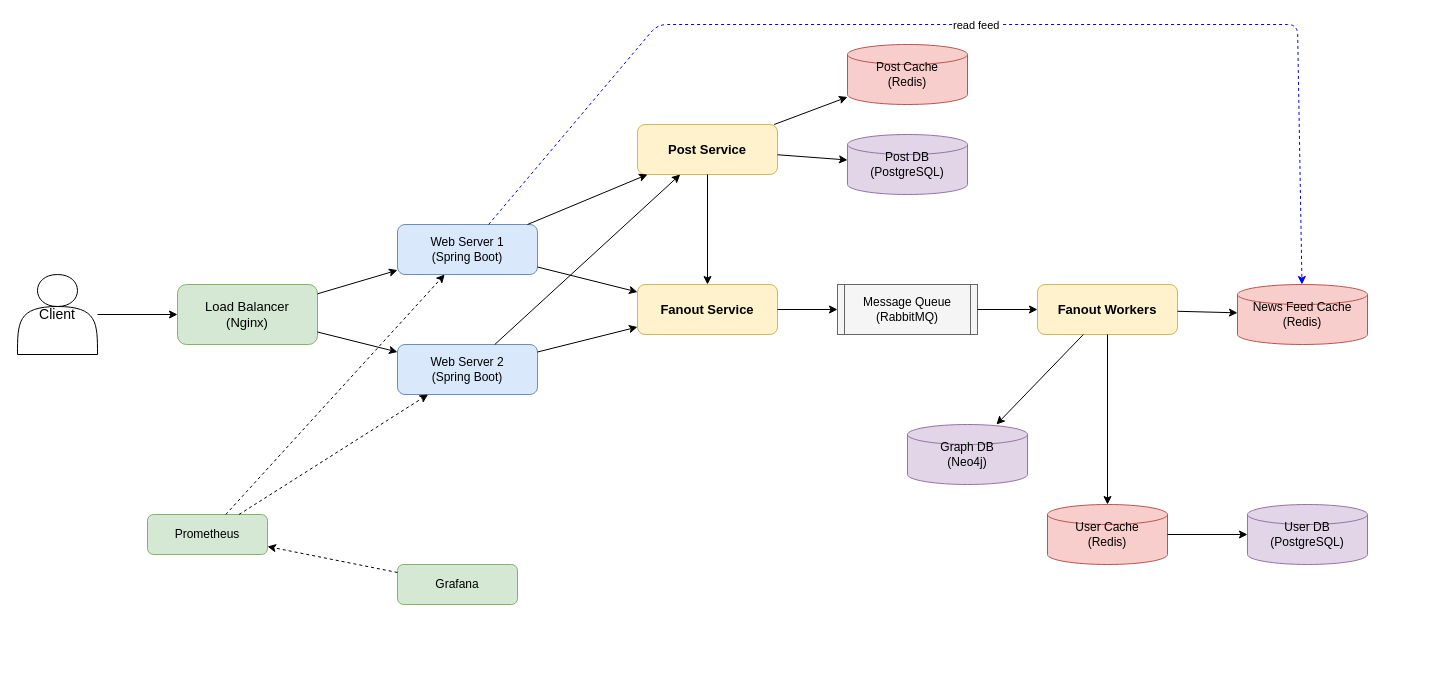
Above: docs/components-diagram.drawio in azastashkov/news-feed-system (draw.io), before the change. Source tidied: cells renumbered, new cells numbered last; positions are measured from the earlier drawing's top-left corner, leaving out a move shared by most shapes. Both pictures are drawn from the tidied source at 100%, with x=0, y=0 at pixel (17, 24).
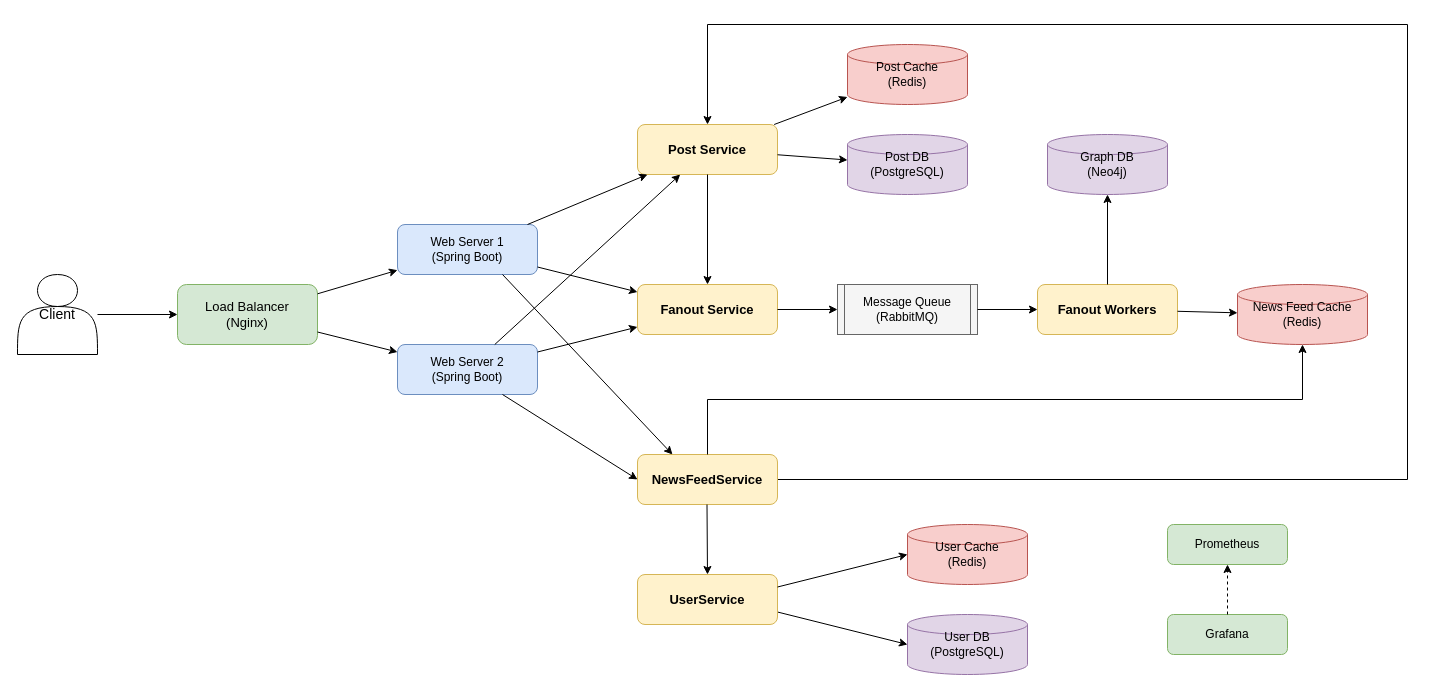
Above is the later version.

The change refers to these unchanged cells:
```xml
<mxCell id="4" value="Web Server 1&#10;(Spring Boot)" style="rounded=1;whiteSpace=wrap;html=1;fillColor=#dae8fc;strokeColor=#6c8ebf;fontSize=12;" parent="1" vertex="1">
  <mxGeometry x="380" y="200" width="140" height="50" as="geometry" />
</mxCell>
<mxCell id="5" value="Web Server 2&#10;(Spring Boot)" style="rounded=1;whiteSpace=wrap;html=1;fillColor=#dae8fc;strokeColor=#6c8ebf;fontSize=12;" parent="1" vertex="1">
  <mxGeometry x="380" y="320" width="140" height="50" as="geometry" />
</mxCell>
<mxCell id="6" value="Post Service" style="rounded=1;whiteSpace=wrap;html=1;fillColor=#fff2cc;strokeColor=#d6b656;fontSize=13;fontStyle=1;" parent="1" vertex="1">
  <mxGeometry x="620" y="100" width="140" height="50" as="geometry" />
</mxCell>
<mxCell id="11" value="Fanout Workers" style="rounded=1;whiteSpace=wrap;html=1;fillColor=#fff2cc;strokeColor=#d6b656;fontSize=13;fontStyle=1;" parent="1" vertex="1">
  <mxGeometry x="1020" y="260" width="140" height="50" as="geometry" />
</mxCell>
<mxCell id="12" value="News Feed Cache&#10;(Redis)" style="shape=cylinder3;whiteSpace=wrap;html=1;fillColor=#f8cecc;strokeColor=#b85450;fontSize=12;size=10;" parent="1" vertex="1">
  <mxGeometry x="1220" y="260" width="130" height="60" as="geometry" />
</mxCell>
```

The edit, as a diff of the source:
```diff
@@
     <mxCell id="13" value="Graph DB&#10;(Neo4j)" style="shape=cylinder3;whiteSpace=wrap;html=1;fillColor=#e1d5e7;strokeColor=#9673a6;fontSize=12;size=10;" parent="1" vertex="1">
-      <mxGeometry x="890" y="400" width="120" height="60" as="geometry" />
+      <mxGeometry x="1030" y="110" width="120" height="60" as="geometry" />
     </mxCell>
     <mxCell id="14" value="User Cache&#10;(Redis)" style="shape=cylinder3;whiteSpace=wrap;html=1;fillColor=#f8cecc;strokeColor=#b85450;fontSize=12;size=10;" parent="1" vertex="1">
-      <mxGeometry x="1030" y="480" width="120" height="60" as="geometry" />
+      <mxGeometry x="890" y="500" width="120" height="60" as="geometry" />
     </mxCell>
     <mxCell id="15" value="User DB&#10;(PostgreSQL)" style="shape=cylinder3;whiteSpace=wrap;html=1;fillColor=#e1d5e7;strokeColor=#9673a6;fontSize=12;size=10;" parent="1" vertex="1">
-      <mxGeometry x="1230" y="480" width="120" height="60" as="geometry" />
+      <mxGeometry x="890" y="590" width="120" height="60" as="geometry" />
     </mxCell>
     <mxCell id="16" value="Prometheus" style="rounded=1;whiteSpace=wrap;html=1;fillColor=#d5e8d4;strokeColor=#82b366;fontSize=12;" parent="1" vertex="1">
-      <mxGeometry x="130" y="490" width="120" height="40" as="geometry" />
+      <mxGeometry x="1150" y="500" width="120" height="40" as="geometry" />
     </mxCell>
     <mxCell id="17" value="Grafana" style="rounded=1;whiteSpace=wrap;html=1;fillColor=#d5e8d4;strokeColor=#82b366;fontSize=12;" parent="1" vertex="1">
-      <mxGeometry x="380" y="540" width="120" height="40" as="geometry" />
+      <mxGeometry x="1150" y="590" width="120" height="40" as="geometry" />
     </mxCell>
@@
-    <mxCell id="30" parent="1" edge="1" source="11" target="14">
-      <mxGeometry relative="1" as="geometry" />
-    </mxCell>
-    <mxCell id="31" parent="1" edge="1" source="14" target="15">
+    <mxCell id="31" style="exitX=1;exitY=0.75;exitDx=0;exitDy=0;entryX=0;entryY=0.5;entryDx=0;entryDy=0;entryPerimeter=0;" parent="1" edge="1" source="40" target="15">
       <mxGeometry relative="1" as="geometry" />
     </mxCell>
@@
-    <mxCell id="34" style="dashed=1;" parent="1" edge="1" source="16" target="4">
-      <mxGeometry relative="1" as="geometry" />
-    </mxCell>
-    <mxCell id="35" style="dashed=1;" parent="1" edge="1" source="16" target="5">
-      <mxGeometry relative="1" as="geometry" />
-    </mxCell>
@@
-    <mxCell id="37" value="read feed" style="dashed=1;strokeColor=#0000FF;" parent="1" edge="1" source="4" target="12">
-      <mxGeometry relative="1" as="geometry">
-        <Array as="points">
-          <mxPoint x="640" />
-          <mxPoint x="1280" />
-        </Array>
-      </mxGeometry>
-    </mxCell>
+    <mxCell id="38" style="edgeStyle=orthogonalEdgeStyle;rounded=0;jettySize=auto;html=1;exitX=1;exitY=0.5;exitDx=0;exitDy=0;entryX=0.5;entryY=0;entryDx=0;entryDy=0;" parent="1" edge="1" source="39" target="6">
+      <mxGeometry relative="1" as="geometry">
+        <Array as="points">
+          <mxPoint x="1390" y="455" />
+          <mxPoint x="1390" />
+          <mxPoint x="690" />
+        </Array>
+      </mxGeometry>
+    </mxCell>
+    <mxCell id="39" value="NewsFeedService" style="rounded=1;whiteSpace=wrap;html=1;fillColor=#fff2cc;strokeColor=#d6b656;fontSize=13;fontStyle=1;" parent="1" vertex="1">
+      <mxGeometry x="620" y="430" width="140" height="50" as="geometry" />
+    </mxCell>
+    <mxCell id="40" value="UserService" style="rounded=1;whiteSpace=wrap;html=1;fillColor=#fff2cc;strokeColor=#d6b656;fontSize=13;fontStyle=1;" parent="1" vertex="1">
+      <mxGeometry x="620" y="550" width="140" height="50" as="geometry" />
+    </mxCell>
+    <mxCell id="41" parent="1" edge="1">
+      <mxGeometry relative="1" as="geometry">
+        <mxPoint x="689.5" y="480" as="sourcePoint" />
+        <mxPoint x="690" y="550" as="targetPoint" />
+      </mxGeometry>
+    </mxCell>
+    <mxCell id="42" style="entryX=0;entryY=0.5;entryDx=0;entryDy=0;exitX=0.75;exitY=1;exitDx=0;exitDy=0;" parent="1" edge="1" source="5" target="39">
+      <mxGeometry relative="1" as="geometry" />
+    </mxCell>
+    <mxCell id="43" style="entryX=0;entryY=0.5;entryDx=0;entryDy=0;entryPerimeter=0;exitX=1;exitY=0.25;exitDx=0;exitDy=0;" parent="1" edge="1" source="40" target="14">
+      <mxGeometry relative="1" as="geometry" />
+    </mxCell>
+    <mxCell id="44" style="edgeStyle=orthogonalEdgeStyle;rounded=0;jettySize=auto;html=1;exitX=0.5;exitY=0;exitDx=0;exitDy=0;entryX=0.5;entryY=1;entryDx=0;entryDy=0;entryPerimeter=0;" parent="1" edge="1" source="39" target="12">
+      <mxGeometry relative="1" as="geometry" />
+    </mxCell>
+    <mxCell id="45" style="entryX=0.25;entryY=0;entryDx=0;entryDy=0;exitX=0.75;exitY=1;exitDx=0;exitDy=0;" parent="1" edge="1" source="4" target="39">
+      <mxGeometry relative="1" as="geometry" />
+    </mxCell>
```
